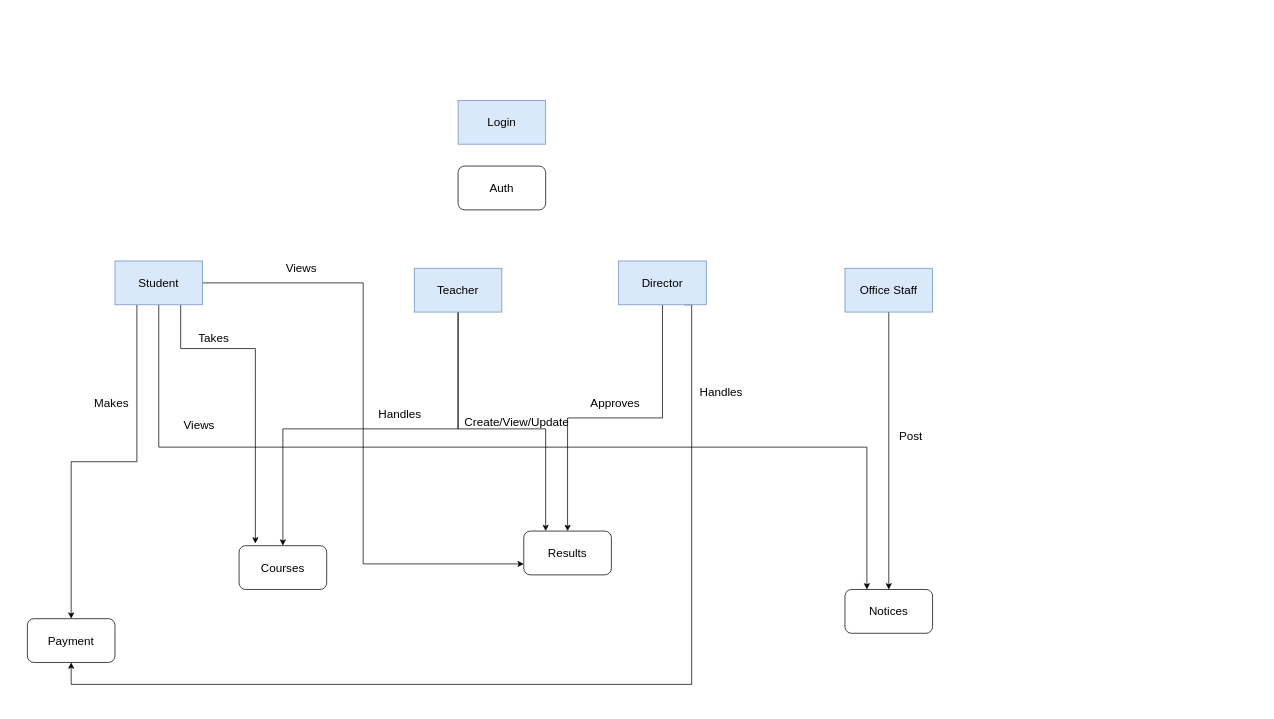
The draw.io diagram Untitled Diagram.drawio in nityanandmathur/IIITG-Portal, before the edit. Source tidied: cells renumbered, new cells numbered last; positions are measured from the earlier drawing's top-left corner, leaving out a move shared by most shapes. Both pictures are drawn from the tidied source at 73%, with x=0, y=0 at pixel (27, 100).
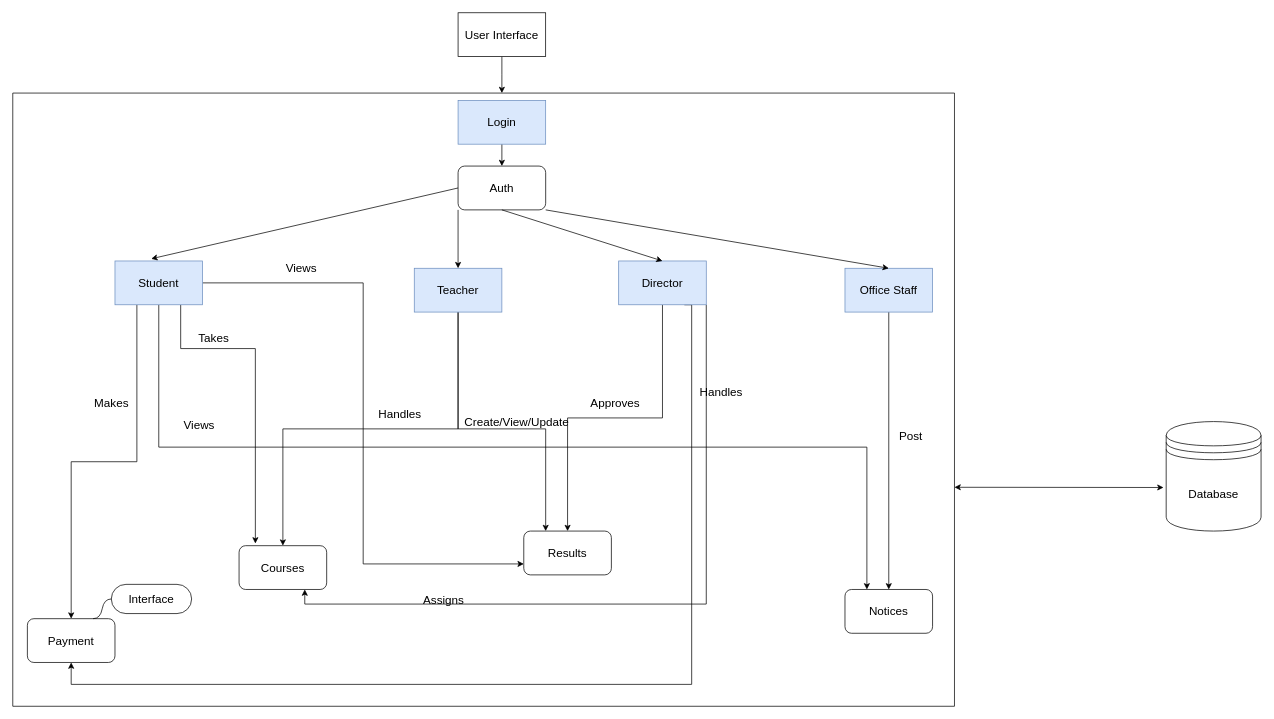
After the change.

The change refers to these unchanged cells:
```xml
<mxCell id="2" value="Login" style="rounded=0;whiteSpace=wrap;html=1;fontSize=16;fillColor=#dae8fc;strokeColor=#6c8ebf;" parent="1" vertex="1">
  <mxGeometry x="590" width="120" height="60" as="geometry" />
</mxCell>
<mxCell id="7" value="Student" style="rounded=0;whiteSpace=wrap;html=1;fontSize=16;fillColor=#dae8fc;strokeColor=#6c8ebf;" parent="1" vertex="1">
  <mxGeometry x="120" y="220" width="120" height="60" as="geometry" />
</mxCell>
<mxCell id="10" value="Teacher" style="rounded=0;whiteSpace=wrap;html=1;fontSize=16;fillColor=#dae8fc;strokeColor=#6c8ebf;" parent="1" vertex="1">
  <mxGeometry x="530" y="230" width="120" height="60" as="geometry" />
</mxCell>
<mxCell id="13" value="Director" style="rounded=0;whiteSpace=wrap;html=1;fontSize=16;fillColor=#dae8fc;strokeColor=#6c8ebf;" parent="1" vertex="1">
  <mxGeometry x="810" y="220" width="120" height="60" as="geometry" />
</mxCell>
<mxCell id="14" value="Auth" style="rounded=1;whiteSpace=wrap;html=1;fontSize=16;" parent="1" vertex="1">
  <mxGeometry x="590" y="90" width="120" height="60" as="geometry" />
</mxCell>
<mxCell id="16" value="Office Staff" style="rounded=0;whiteSpace=wrap;html=1;fontSize=16;fillColor=#dae8fc;strokeColor=#6c8ebf;" parent="1" vertex="1">
  <mxGeometry x="1120" y="230" width="120" height="60" as="geometry" />
</mxCell>
<mxCell id="17" value="Courses" style="rounded=1;whiteSpace=wrap;html=1;fontSize=16;" parent="1" vertex="1">
  <mxGeometry x="290" y="610" width="120" height="60" as="geometry" />
</mxCell>
```

The edit, as a diff of the source:
```diff
@@
+    <mxCell id="30" style="edgeStyle=orthogonalEdgeStyle;rounded=0;jettySize=auto;html=1;exitX=0.5;exitY=1;exitDx=0;exitDy=0;entryX=0.5;entryY=0;entryDx=0;entryDy=0;fontSize=16;" parent="1" edge="1" source="2" target="14">
+      <mxGeometry relative="1" as="geometry" />
+    </mxCell>
@@
+    <mxCell id="31" style="edgeStyle=orthogonalEdgeStyle;rounded=0;jettySize=auto;html=1;exitX=1;exitY=1;exitDx=0;exitDy=0;entryX=0.75;entryY=1;entryDx=0;entryDy=0;fontSize=16;" parent="1" edge="1" source="13" target="17">
+      <mxGeometry relative="1" as="geometry" />
+    </mxCell>
@@
+    <mxCell id="32" value="Assigns" style="text;html=1;align=center;verticalAlign=middle;strokeColor=none;fillColor=none;fontSize=16;" parent="1" vertex="1">
+      <mxGeometry x="530" y="670" width="80" height="30" as="geometry" />
+    </mxCell>
+    <mxCell id="33" style="endArrow=classic;html=1;rounded=0;fontSize=16;entryX=0.414;entryY=-0.05;entryDx=0;entryDy=0;entryPerimeter=0;exitX=0;exitY=0.5;exitDx=0;exitDy=0;" parent="1" edge="1" source="14" target="7">
+      <mxGeometry relative="1" as="geometry" />
+    </mxCell>
+    <mxCell id="34" style="endArrow=classic;html=1;rounded=0;fontSize=16;exitX=0;exitY=1;exitDx=0;exitDy=0;entryX=0.5;entryY=0;entryDx=0;entryDy=0;" parent="1" edge="1" source="14" target="10">
+      <mxGeometry relative="1" as="geometry" />
+    </mxCell>
+    <mxCell id="35" style="endArrow=classic;html=1;rounded=0;fontSize=16;entryX=0.5;entryY=0;entryDx=0;entryDy=0;exitX=0.5;exitY=1;exitDx=0;exitDy=0;" parent="1" edge="1" source="14" target="13">
+      <mxGeometry relative="1" as="geometry" />
+    </mxCell>
+    <mxCell id="36" style="endArrow=classic;html=1;rounded=0;fontSize=16;entryX=0.5;entryY=0;entryDx=0;entryDy=0;exitX=1;exitY=1;exitDx=0;exitDy=0;" parent="1" edge="1" source="14" target="16">
+      <mxGeometry relative="1" as="geometry" />
+    </mxCell>
+    <mxCell id="37" value="Interface" style="whiteSpace=wrap;html=1;rounded=1;arcSize=50;align=center;verticalAlign=middle;strokeWidth=1;spacing=4;newEdgeStyle={&quot;edgeStyle&quot;:&quot;entityRelationEdgeStyle&quot;,&quot;startArrow&quot;:&quot;none&quot;,&quot;endArrow&quot;:&quot;none&quot;,&quot;segment&quot;:10,&quot;curved&quot;:1,&quot;sourcePerimeterSpacing&quot;:0,&quot;targetPerimeterSpacing&quot;:0};fontSize=16;" parent="1" vertex="1">
+      <mxGeometry x="115" y="663" width="110" height="40" as="geometry" />
+    </mxCell>
+    <mxCell id="38" style="edgeStyle=entityRelationEdgeStyle;startArrow=none;endArrow=none;segment=10;curved=1;sourcePerimeterSpacing=0;targetPerimeterSpacing=0;rounded=0;fontSize=16;" parent="1" edge="1" target="37">
+      <mxGeometry relative="1" as="geometry">
+        <mxPoint x="90" y="710" as="sourcePoint" />
+      </mxGeometry>
+    </mxCell>
+    <mxCell id="39" style="swimlane;startSize=0;fontSize=16;" parent="1" vertex="1">
+      <mxGeometry x="-20" y="-10" width="1290" height="840" as="geometry" />
+    </mxCell>
+    <mxCell id="40" value="Database" style="shape=datastore;whiteSpace=wrap;html=1;fontSize=16;" parent="1" vertex="1">
+      <mxGeometry x="1560" y="440" width="130" height="150" as="geometry" />
+    </mxCell>
+    <mxCell id="41" style="endArrow=classic;startArrow=classic;html=1;rounded=0;fontSize=16;entryX=-0.028;entryY=0.602;entryDx=0;entryDy=0;entryPerimeter=0;" parent="1" edge="1" target="40">
+      <mxGeometry relative="1" as="geometry">
+        <mxPoint x="1270" y="530" as="sourcePoint" />
+      </mxGeometry>
+    </mxCell>
+    <mxCell id="42" style="edgeStyle=orthogonalEdgeStyle;rounded=0;jettySize=auto;html=1;exitX=0.5;exitY=1;exitDx=0;exitDy=0;fontSize=16;" parent="1" edge="1" source="43">
+      <mxGeometry relative="1" as="geometry">
+        <mxPoint x="650" y="-10" as="targetPoint" />
+      </mxGeometry>
+    </mxCell>
+    <mxCell id="43" value="User Interface" style="rounded=0;whiteSpace=wrap;html=1;fontSize=16;" parent="1" vertex="1">
+      <mxGeometry x="590" y="-120" width="120" height="60" as="geometry" />
+    </mxCell>
```
